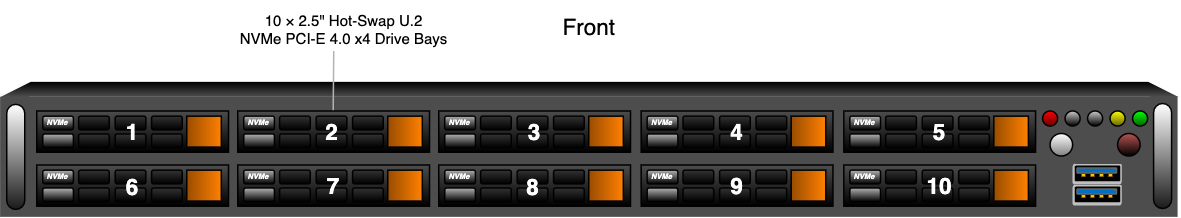
Before: supermicro/images/supermicro-drive-slot-mapping.png, a diagram exported from draw.io (Qumulo/docs). Source tidied: cells renumbered, new cells last; positions are measured from the earlier drawing's top-left corner, leaving out a move shared by most shapes.
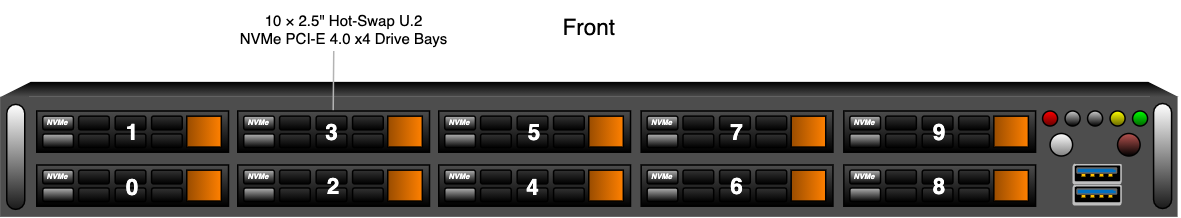
After the change.

What changed in the source:
```diff
@@ -170,7 +170,7 @@
     <mxCell id="56" value="&lt;b style=&quot;font-size: 5px;&quot;&gt;&lt;i style=&quot;font-size: 5px;&quot;&gt;NVMe&lt;/i&gt;&lt;/b&gt;" style="text;html=1;strokeColor=none;fillColor=none;align=center;verticalAlign=middle;whiteSpace=wrap;rounded=0;fontColor=#FFFFFF;fontSize=5;" parent="45" vertex="1">
       <mxGeometry x="9" y="5" width="10" height="3" as="geometry" />
     </mxCell>
-    <mxCell id="57" value="&lt;span&gt;6&lt;/span&gt;" style="text;html=1;strokeColor=none;fillColor=none;align=center;verticalAlign=middle;whiteSpace=wrap;rounded=0;shadow=0;fontSize=15;fontStyle=1;fontColor=#FFFFFF;" parent="45" vertex="1">
+    <mxCell id="57" value="&lt;span&gt;0&lt;/span&gt;" style="text;html=1;strokeColor=none;fillColor=none;align=center;verticalAlign=middle;whiteSpace=wrap;rounded=0;shadow=0;fontSize=15;fontStyle=1;fontColor=#FFFFFF;" parent="45" vertex="1">
       <mxGeometry x="0.9" y="4.1" width="126" height="20" as="geometry" />
     </mxCell>
     <mxCell id="58" style="group;" parent="1" vertex="1">
@@ -209,7 +209,7 @@
     <mxCell id="69" value="&lt;b style=&quot;font-size: 5px;&quot;&gt;&lt;i style=&quot;font-size: 5px;&quot;&gt;NVMe&lt;/i&gt;&lt;/b&gt;" style="text;html=1;strokeColor=none;fillColor=none;align=center;verticalAlign=middle;whiteSpace=wrap;rounded=0;fontColor=#FFFFFF;fontSize=5;" parent="58" vertex="1">
       <mxGeometry x="9" y="5" width="10" height="3" as="geometry" />
     </mxCell>
-    <mxCell id="70" value="&lt;span&gt;2&lt;/span&gt;" style="text;html=1;strokeColor=none;fillColor=none;align=center;verticalAlign=middle;whiteSpace=wrap;rounded=0;shadow=0;fontSize=15;fontStyle=1;fontColor=#FFFFFF;" parent="58" vertex="1">
+    <mxCell id="70" value="&lt;span&gt;3&lt;/span&gt;" style="text;html=1;strokeColor=none;fillColor=none;align=center;verticalAlign=middle;whiteSpace=wrap;rounded=0;shadow=0;fontSize=15;fontStyle=1;fontColor=#FFFFFF;" parent="58" vertex="1">
       <mxGeometry x="-0.5" y="3.4" width="126" height="20" as="geometry" />
     </mxCell>
     <mxCell id="71" style="group;" parent="1" vertex="1">
@@ -248,7 +248,7 @@
     <mxCell id="82" value="&lt;b style=&quot;font-size: 5px;&quot;&gt;&lt;i style=&quot;font-size: 5px;&quot;&gt;NVMe&lt;/i&gt;&lt;/b&gt;" style="text;html=1;strokeColor=none;fillColor=none;align=center;verticalAlign=middle;whiteSpace=wrap;rounded=0;fontColor=#FFFFFF;fontSize=5;" parent="71" vertex="1">
       <mxGeometry x="9" y="5" width="10" height="3" as="geometry" />
     </mxCell>
-    <mxCell id="83" value="&lt;span&gt;7&lt;/span&gt;" style="text;html=1;strokeColor=none;fillColor=none;align=center;verticalAlign=middle;whiteSpace=wrap;rounded=0;shadow=0;fontSize=15;fontStyle=1;fontColor=#FFFFFF;" parent="71" vertex="1">
+    <mxCell id="83" value="&lt;span&gt;2&lt;/span&gt;" style="text;html=1;strokeColor=none;fillColor=none;align=center;verticalAlign=middle;whiteSpace=wrap;rounded=0;shadow=0;fontSize=15;fontStyle=1;fontColor=#FFFFFF;" parent="71" vertex="1">
       <mxGeometry x="0.9" y="3.4" width="126" height="20" as="geometry" />
     </mxCell>
     <mxCell id="84" style="group;" parent="1" vertex="1">
@@ -287,7 +287,7 @@
     <mxCell id="95" value="&lt;b style=&quot;font-size: 5px;&quot;&gt;&lt;i style=&quot;font-size: 5px;&quot;&gt;NVMe&lt;/i&gt;&lt;/b&gt;" style="text;html=1;strokeColor=none;fillColor=none;align=center;verticalAlign=middle;whiteSpace=wrap;rounded=0;fontColor=#FFFFFF;fontSize=5;" parent="84" vertex="1">
       <mxGeometry x="9" y="5" width="10" height="3" as="geometry" />
     </mxCell>
-    <mxCell id="96" value="&lt;span&gt;3&lt;/span&gt;" style="text;html=1;strokeColor=none;fillColor=none;align=center;verticalAlign=middle;whiteSpace=wrap;rounded=0;shadow=0;fontSize=15;fontStyle=1;fontColor=#FFFFFF;" parent="84" vertex="1">
+    <mxCell id="96" value="&lt;span&gt;5&lt;/span&gt;" style="text;html=1;strokeColor=none;fillColor=none;align=center;verticalAlign=middle;whiteSpace=wrap;rounded=0;shadow=0;fontSize=15;fontStyle=1;fontColor=#FFFFFF;" parent="84" vertex="1">
       <mxGeometry x="0.9" y="3.4" width="126" height="20" as="geometry" />
     </mxCell>
     <mxCell id="97" style="group;" parent="1" vertex="1">
@@ -326,7 +326,7 @@
     <mxCell id="108" value="&lt;b style=&quot;font-size: 5px;&quot;&gt;&lt;i style=&quot;font-size: 5px;&quot;&gt;NVMe&lt;/i&gt;&lt;/b&gt;" style="text;html=1;strokeColor=none;fillColor=none;align=center;verticalAlign=middle;whiteSpace=wrap;rounded=0;fontColor=#FFFFFF;fontSize=5;" parent="97" vertex="1">
       <mxGeometry x="9" y="5" width="10" height="3" as="geometry" />
     </mxCell>
-    <mxCell id="109" value="&lt;span&gt;8&lt;/span&gt;" style="text;html=1;strokeColor=none;fillColor=none;align=center;verticalAlign=middle;whiteSpace=wrap;rounded=0;shadow=0;fontSize=15;fontStyle=1;fontColor=#FFFFFF;" parent="97" vertex="1">
+    <mxCell id="109" value="&lt;span&gt;4&lt;/span&gt;" style="text;html=1;strokeColor=none;fillColor=none;align=center;verticalAlign=middle;whiteSpace=wrap;rounded=0;shadow=0;fontSize=15;fontStyle=1;fontColor=#FFFFFF;" parent="97" vertex="1">
       <mxGeometry x="-0.5" y="4.4" width="126" height="20" as="geometry" />
     </mxCell>
     <mxCell id="110" style="group;" parent="1" vertex="1">
@@ -365,7 +365,7 @@
     <mxCell id="121" value="&lt;b style=&quot;font-size: 5px;&quot;&gt;&lt;i style=&quot;font-size: 5px;&quot;&gt;NVMe&lt;/i&gt;&lt;/b&gt;" style="text;html=1;strokeColor=none;fillColor=none;align=center;verticalAlign=middle;whiteSpace=wrap;rounded=0;fontColor=#FFFFFF;fontSize=5;" parent="110" vertex="1">
       <mxGeometry x="9" y="5" width="10" height="3" as="geometry" />
     </mxCell>
-    <mxCell id="122" value="&lt;span&gt;4&lt;/span&gt;" style="text;html=1;strokeColor=none;fillColor=none;align=center;verticalAlign=middle;whiteSpace=wrap;rounded=0;shadow=0;fontSize=15;fontStyle=1;fontColor=#FFFFFF;" parent="110" vertex="1">
+    <mxCell id="122" value="&lt;span&gt;7&lt;/span&gt;" style="text;html=1;strokeColor=none;fillColor=none;align=center;verticalAlign=middle;whiteSpace=wrap;rounded=0;shadow=0;fontSize=15;fontStyle=1;fontColor=#FFFFFF;" parent="110" vertex="1">
       <mxGeometry x="0.9" y="3.4" width="126" height="20" as="geometry" />
     </mxCell>
     <mxCell id="123" style="group;" parent="1" vertex="1">
@@ -404,7 +404,7 @@
     <mxCell id="134" value="&lt;b style=&quot;font-size: 5px;&quot;&gt;&lt;i style=&quot;font-size: 5px;&quot;&gt;NVMe&lt;/i&gt;&lt;/b&gt;" style="text;html=1;strokeColor=none;fillColor=none;align=center;verticalAlign=middle;whiteSpace=wrap;rounded=0;fontColor=#FFFFFF;fontSize=5;" parent="123" vertex="1">
       <mxGeometry x="9" y="5" width="10" height="3" as="geometry" />
     </mxCell>
-    <mxCell id="135" value="&lt;span&gt;9&lt;/span&gt;" style="text;html=1;strokeColor=none;fillColor=none;align=center;verticalAlign=middle;whiteSpace=wrap;rounded=0;shadow=0;fontSize=15;fontStyle=1;fontColor=#FFFFFF;" parent="123" vertex="1">
+    <mxCell id="135" value="&lt;span&gt;6&lt;/span&gt;" style="text;html=1;strokeColor=none;fillColor=none;align=center;verticalAlign=middle;whiteSpace=wrap;rounded=0;shadow=0;fontSize=15;fontStyle=1;fontColor=#FFFFFF;" parent="123" vertex="1">
       <mxGeometry x="0.9" y="3.4" width="126" height="20" as="geometry" />
     </mxCell>
     <mxCell id="136" style="group;" parent="1" vertex="1">
@@ -443,7 +443,7 @@
     <mxCell id="147" value="&lt;b style=&quot;font-size: 5px;&quot;&gt;&lt;i style=&quot;font-size: 5px;&quot;&gt;NVMe&lt;/i&gt;&lt;/b&gt;" style="text;html=1;strokeColor=none;fillColor=none;align=center;verticalAlign=middle;whiteSpace=wrap;rounded=0;fontColor=#FFFFFF;fontSize=5;" parent="136" vertex="1">
       <mxGeometry x="9" y="5" width="10" height="3" as="geometry" />
     </mxCell>
-    <mxCell id="148" value="&lt;span&gt;5&lt;/span&gt;" style="text;html=1;strokeColor=none;fillColor=none;align=center;verticalAlign=middle;whiteSpace=wrap;rounded=0;shadow=0;fontSize=15;fontStyle=1;fontColor=#FFFFFF;" parent="136" vertex="1">
+    <mxCell id="148" value="&lt;span&gt;9&lt;/span&gt;" style="text;html=1;strokeColor=none;fillColor=none;align=center;verticalAlign=middle;whiteSpace=wrap;rounded=0;shadow=0;fontSize=15;fontStyle=1;fontColor=#FFFFFF;" parent="136" vertex="1">
       <mxGeometry x="0.9" y="3.4" width="126" height="20" as="geometry" />
     </mxCell>
     <mxCell id="149" style="group;" parent="1" vertex="1">
@@ -482,7 +482,7 @@
     <mxCell id="160" value="&lt;b style=&quot;font-size: 5px;&quot;&gt;&lt;i style=&quot;font-size: 5px;&quot;&gt;NVMe&lt;/i&gt;&lt;/b&gt;" style="text;html=1;strokeColor=none;fillColor=none;align=center;verticalAlign=middle;whiteSpace=wrap;rounded=0;fontColor=#FFFFFF;fontSize=5;" parent="149" vertex="1">
       <mxGeometry x="9" y="5" width="10" height="3" as="geometry" />
     </mxCell>
-    <mxCell id="161" value="&lt;span&gt;10&lt;/span&gt;" style="text;html=1;strokeColor=none;fillColor=none;align=center;verticalAlign=middle;whiteSpace=wrap;rounded=0;shadow=0;fontSize=15;fontStyle=1;fontColor=#FFFFFF;" parent="149" vertex="1">
+    <mxCell id="161" value="&lt;span&gt;8&lt;/span&gt;" style="text;html=1;strokeColor=none;fillColor=none;align=center;verticalAlign=middle;whiteSpace=wrap;rounded=0;shadow=0;fontSize=15;fontStyle=1;fontColor=#FFFFFF;" parent="149" vertex="1">
       <mxGeometry x="0.9" y="3.4" width="126" height="20" as="geometry" />
     </mxCell>
   </root>
```
